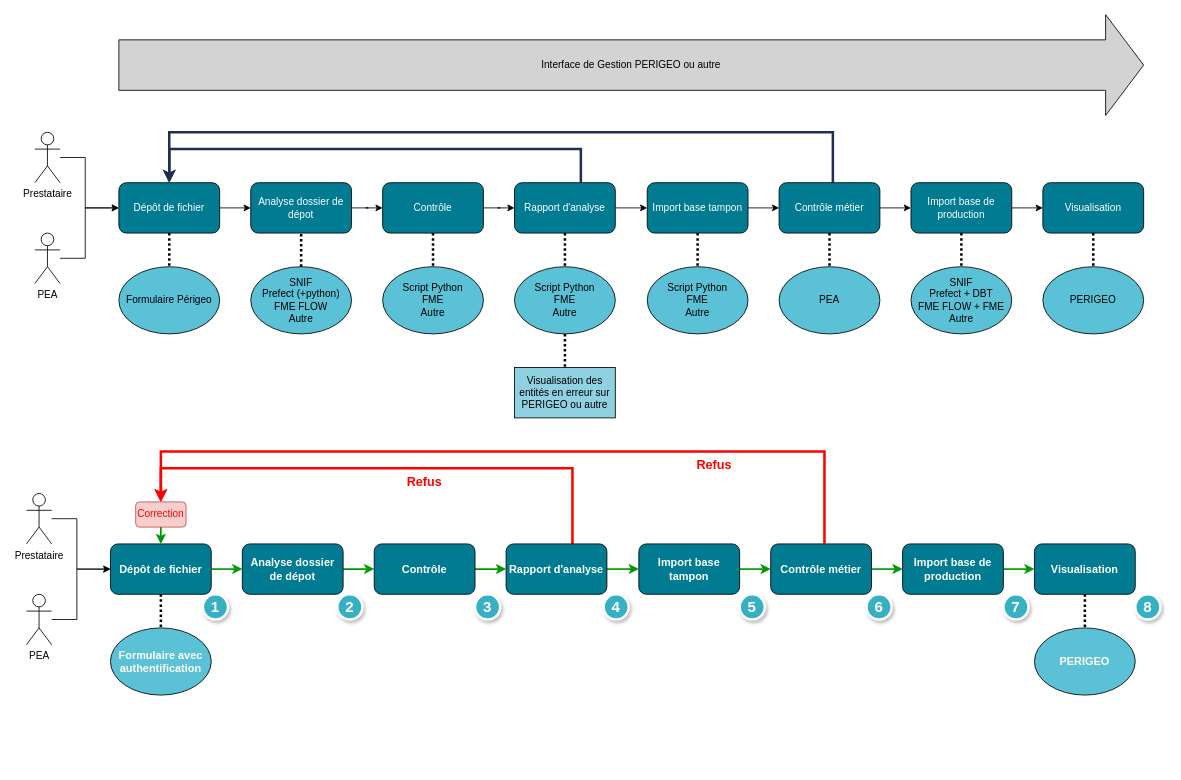
Before: outil_contrôle.drawio in eprouteau/perigeo, a draw.io diagram. Source tidied: cells renumbered, new cells numbered last; positions are measured from the earlier drawing's top-left corner, leaving out a move shared by most shapes. Both pictures are drawn from the tidied source at 84%, with x=0, y=0 at pixel (26, 14).
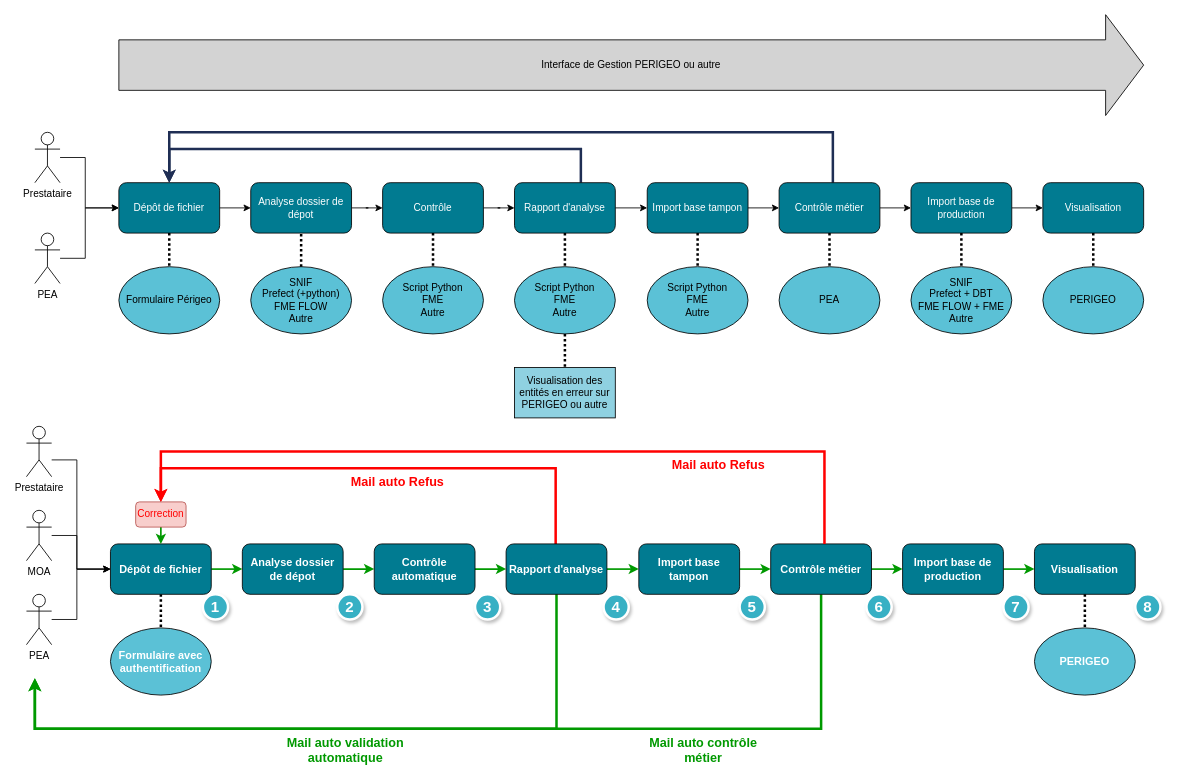
Above is the later version.

Commit message:
Mettre à jour outil_contrôle.drawio

Unchanged cells that the change refers to:
```xml
<mxCell id="44" value="Dépôt de fichier" style="rounded=1;whiteSpace=wrap;html=1;fillColor=#017B91;fontColor=#FFFFFF;fontStyle=1;fontSize=13;" parent="1" vertex="1">
  <mxGeometry x="100" y="630" width="120" height="60" as="geometry" />
</mxCell>
<mxCell id="51" value="Rapport d'analyse" style="rounded=1;whiteSpace=wrap;html=1;fillColor=#017B91;fontColor=#FFFFFF;fontStyle=1;fontSize=13;" parent="1" vertex="1">
  <mxGeometry x="571" y="630" width="120" height="60" as="geometry" />
</mxCell>
<mxCell id="55" value="Contrôle métier" style="rounded=1;whiteSpace=wrap;html=1;fillColor=#017B91;fontColor=#FFFFFF;fontStyle=1;fontSize=13;" parent="1" vertex="1">
  <mxGeometry x="886" y="630" width="120" height="60" as="geometry" />
</mxCell>
<mxCell id="78" value="Correction" style="rounded=1;whiteSpace=wrap;html=1;strokeColor=#b85450;align=center;verticalAlign=middle;fontFamily=Helvetica;fontSize=12;fillColor=#f8cecc;fontColor=#FF0000;" parent="1" vertex="1">
  <mxGeometry x="130" y="580" width="60" height="30" as="geometry" />
</mxCell>
```

The edit, as a diff of the source:
```diff
@@
-    <mxCell id="48" value="Contrôle" style="rounded=1;whiteSpace=wrap;html=1;fillColor=#017B91;fontColor=#FFFFFF;fontStyle=1;fontSize=13;" parent="1" vertex="1">
+    <mxCell id="48" value="Contrôle&lt;div&gt;automatique&lt;/div&gt;" style="rounded=1;whiteSpace=wrap;html=1;fillColor=#017B91;fontColor=#FFFFFF;fontStyle=1;fontSize=13;" parent="1" vertex="1">
       <mxGeometry x="414" y="630" width="120" height="60" as="geometry" />
     </mxCell>
@@
     <mxCell id="50" style="edgeStyle=orthogonalEdgeStyle;rounded=0;jettySize=auto;html=1;strokeColor=#FF0000;strokeWidth=3;entryX=0.5;entryY=0;entryDx=0;entryDy=0;" parent="1" edge="1" source="51" target="78">
       <mxGeometry relative="1" as="geometry">
         <Array as="points">
-          <mxPoint x="650" y="540" />
+          <mxPoint x="630" y="540" />
           <mxPoint x="160" y="540" />
         </Array>
       </mxGeometry>
     </mxCell>
+    <mxCell id="79" style="edgeStyle=orthogonalEdgeStyle;rounded=0;jettySize=auto;html=1;exitX=0.5;exitY=1;exitDx=0;exitDy=0;strokeWidth=3;strokeColor=#009900;" parent="1" edge="1" source="51">
+      <mxGeometry relative="1" as="geometry">
+        <mxPoint x="10" y="790" as="targetPoint" />
+        <Array as="points">
+          <mxPoint x="631" y="850" />
+          <mxPoint x="10" y="850" />
+          <mxPoint x="10" y="790" />
+        </Array>
+      </mxGeometry>
+    </mxCell>
@@
+    <mxCell id="80" style="edgeStyle=orthogonalEdgeStyle;rounded=0;jettySize=auto;html=1;exitX=0.5;exitY=1;exitDx=0;exitDy=0;strokeWidth=3;strokeColor=#009900;" parent="1" edge="1" source="55">
+      <mxGeometry relative="1" as="geometry">
+        <mxPoint x="10" y="790" as="targetPoint" />
+        <Array as="points">
+          <mxPoint x="946" y="850" />
+          <mxPoint x="10" y="850" />
+        </Array>
+      </mxGeometry>
+    </mxCell>
@@
     <mxCell id="58" style="edgeStyle=orthogonalEdgeStyle;rounded=0;jettySize=auto;html=1;" parent="1" edge="1" source="59">
       <mxGeometry relative="1" as="geometry">
         <mxPoint x="100" y="660" as="targetPoint" />
         <Array as="points">
-          <mxPoint x="60" y="600" />
+          <mxPoint x="60" y="530" />
           <mxPoint x="60" y="660" />
         </Array>
       </mxGeometry>
     </mxCell>
     <mxCell id="59" value="Prestataire" style="shape=umlActor;verticalLabelPosition=bottom;verticalAlign=top;html=1;outlineConnect=0;" parent="1" vertex="1">
-      <mxGeometry y="570" width="30" height="60" as="geometry" />
+      <mxGeometry y="490" width="30" height="60" as="geometry" />
     </mxCell>
@@
-    <mxCell id="74" value="&lt;b&gt;&lt;font style=&quot;font-size: 15px; color: rgb(255, 0, 0);&quot;&gt;Refus&lt;/font&gt;&lt;/b&gt;" style="text;html=1;align=center;verticalAlign=middle;whiteSpace=wrap;rounded=0;" parent="1" vertex="1">
-      <mxGeometry x="789" y="520" width="60" height="30" as="geometry" />
-    </mxCell>
-    <mxCell id="75" value="&lt;b&gt;&lt;font style=&quot;font-size: 15px; color: rgb(255, 0, 0);&quot;&gt;Refus&lt;/font&gt;&lt;/b&gt;" style="text;html=1;align=center;verticalAlign=middle;whiteSpace=wrap;rounded=0;" parent="1" vertex="1">
-      <mxGeometry x="444" y="540" width="60" height="30" as="geometry" />
+    <mxCell id="75" value="&lt;b&gt;&lt;font style=&quot;font-size: 15px; color: rgb(255, 0, 0);&quot;&gt;Mail auto Refus&lt;/font&gt;&lt;/b&gt;" style="text;html=1;align=center;verticalAlign=middle;whiteSpace=wrap;rounded=0;" parent="1" vertex="1">
+      <mxGeometry x="380" y="540" width="124" height="30" as="geometry" />
     </mxCell>
@@
+    <mxCell id="81" value="&lt;b&gt;&lt;font style=&quot;font-size: 15px; color: rgb(255, 0, 0);&quot;&gt;Mail auto Refus&lt;/font&gt;&lt;/b&gt;" style="text;html=1;align=center;verticalAlign=middle;whiteSpace=wrap;rounded=0;" parent="1" vertex="1">
+      <mxGeometry x="762" y="520" width="124" height="30" as="geometry" />
+    </mxCell>
+    <mxCell id="82" value="&lt;b&gt;&lt;font style=&quot;font-size: 15px;&quot;&gt;Mail auto validation&lt;/font&gt;&lt;/b&gt;&lt;div&gt;&lt;b&gt;&lt;font style=&quot;font-size: 15px;&quot;&gt;automatique&lt;/font&gt;&lt;/b&gt;&lt;/div&gt;" style="text;html=1;align=center;verticalAlign=middle;whiteSpace=wrap;rounded=0;fontColor=#009900;" parent="1" vertex="1">
+      <mxGeometry x="300" y="860" width="160" height="30" as="geometry" />
+    </mxCell>
+    <mxCell id="83" value="&lt;b&gt;&lt;font style=&quot;font-size: 15px;&quot;&gt;Mail auto contrôle métier&lt;/font&gt;&lt;/b&gt;" style="text;html=1;align=center;verticalAlign=middle;whiteSpace=wrap;rounded=0;fontColor=#009900;" parent="1" vertex="1">
+      <mxGeometry x="726" y="860" width="160" height="30" as="geometry" />
+    </mxCell>
+    <mxCell id="84" style="edgeStyle=orthogonalEdgeStyle;rounded=0;jettySize=auto;html=1;entryX=0;entryY=0.5;entryDx=0;entryDy=0;" parent="1" edge="1" source="85" target="44">
+      <mxGeometry relative="1" as="geometry">
+        <Array as="points">
+          <mxPoint x="60" y="620" />
+          <mxPoint x="60" y="660" />
+        </Array>
+      </mxGeometry>
+    </mxCell>
+    <mxCell id="85" value="MOA" style="shape=umlActor;verticalLabelPosition=bottom;verticalAlign=top;html=1;outlineConnect=0;" parent="1" vertex="1">
+      <mxGeometry y="590" width="30" height="60" as="geometry" />
+    </mxCell>
```
